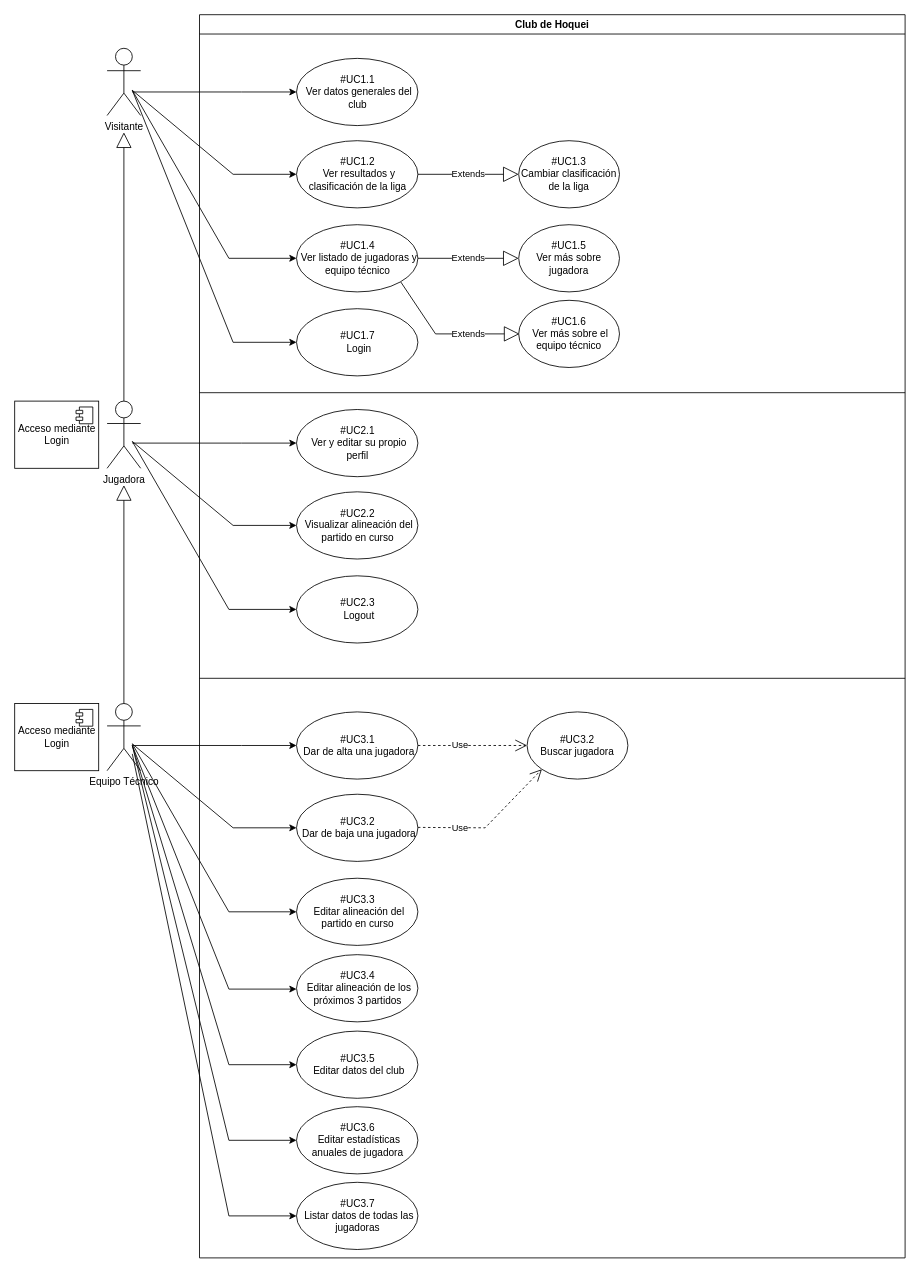
daviidrf/Web-applications-development-Course keeps this draw.io diagram as M05/Projects/UML/hokeyUML.drawio. Above is the earlier version. Source tidied: cells renumbered, new cells numbered last; positions are measured from the earlier drawing's top-left corner, leaving out a move shared by most shapes. Both pictures are drawn from the tidied source at 84%, with x=0, y=0 at pixel (14, 14).
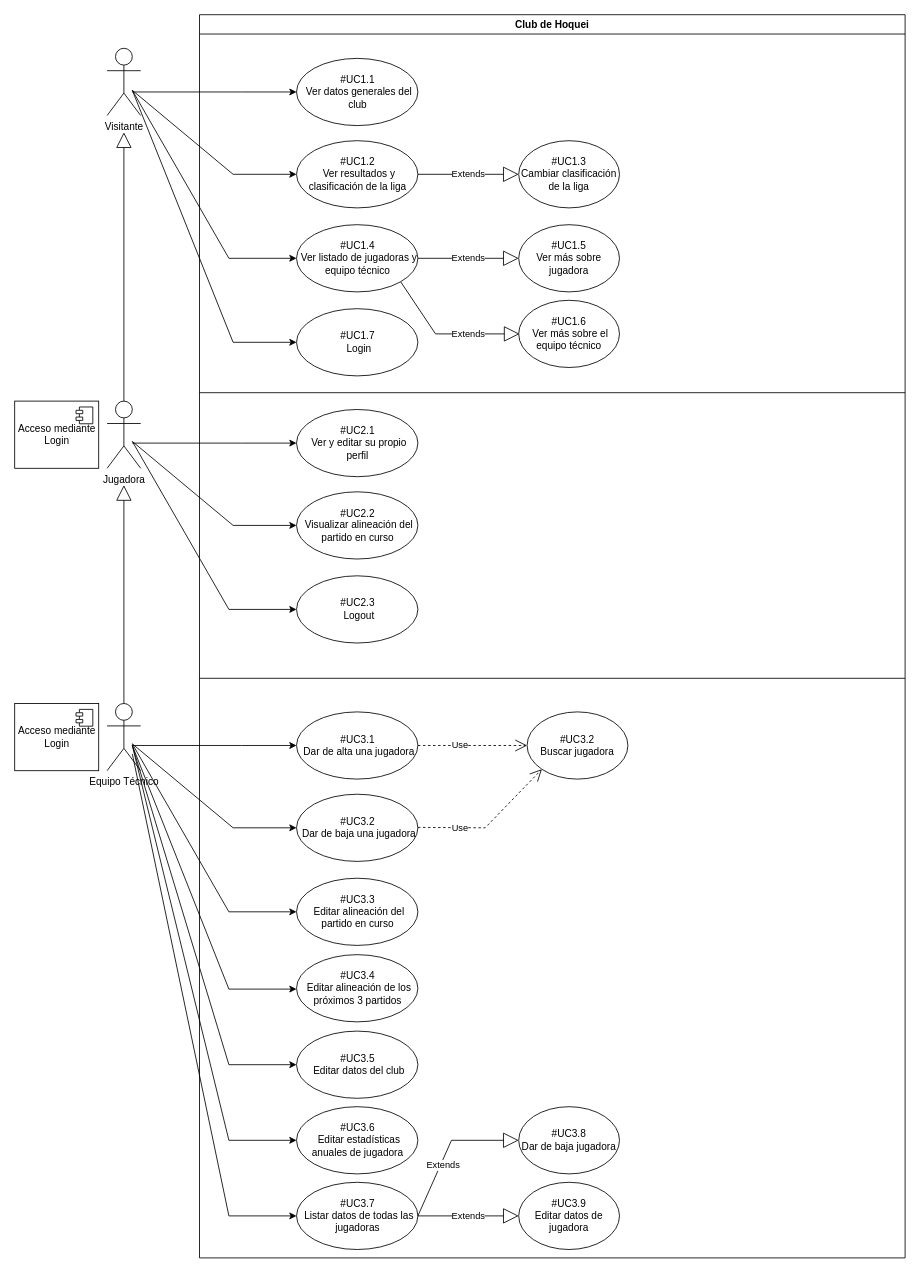
The same page after the edit.

Unchanged cells that the change refers to:
```xml
<mxCell id="2" value="Club de Hoquei" style="swimlane;whiteSpace=wrap;" parent="1" vertex="1">
  <mxGeometry x="220" width="840" height="1480" as="geometry" />
</mxCell>
<mxCell id="37" value="#UC3.7&lt;br&gt;&amp;nbsp;Listar datos de todas las jugadoras" style="ellipse;whiteSpace=wrap;html=1;" parent="2" vertex="1">
  <mxGeometry x="115.5" y="1390" width="144.5" height="80" as="geometry" />
</mxCell>
```

What changed in the source:
```diff
@@
+    <mxCell id="51" value="Extends" style="endArrow=block;endSize=16;endFill=0;html=1;rounded=0;exitX=1;exitY=0.5;exitDx=0;exitDy=0;entryX=0;entryY=0.5;entryDx=0;entryDy=0;" parent="2" edge="1" target="52">
+      <mxGeometry relative="1" as="geometry">
+        <mxPoint x="260" y="1430" as="sourcePoint" />
+      </mxGeometry>
+    </mxCell>
+    <mxCell id="52" value="#UC3.9&lt;br&gt;Editar datos de jugadora" style="ellipse;whiteSpace=wrap;html=1;" parent="2" vertex="1">
+      <mxGeometry x="380" y="1390" width="120" height="80" as="geometry" />
+    </mxCell>
+    <mxCell id="53" value="Extends" style="endArrow=block;endSize=16;endFill=0;html=1;rounded=0;entryX=0;entryY=0.5;entryDx=0;entryDy=0;exitX=1;exitY=0.5;exitDx=0;exitDy=0;" parent="2" edge="1" source="37" target="54">
+      <mxGeometry x="-0.25" y="-3" relative="1" as="geometry">
+        <Array as="points">
+          <mxPoint x="300" y="1340" />
+        </Array>
+      </mxGeometry>
+    </mxCell>
+    <mxCell id="54" value="#UC3.8&lt;br&gt;Dar de baja jugadora" style="ellipse;whiteSpace=wrap;html=1;" parent="2" vertex="1">
+      <mxGeometry x="380" y="1300" width="120" height="80" as="geometry" />
+    </mxCell>
```
